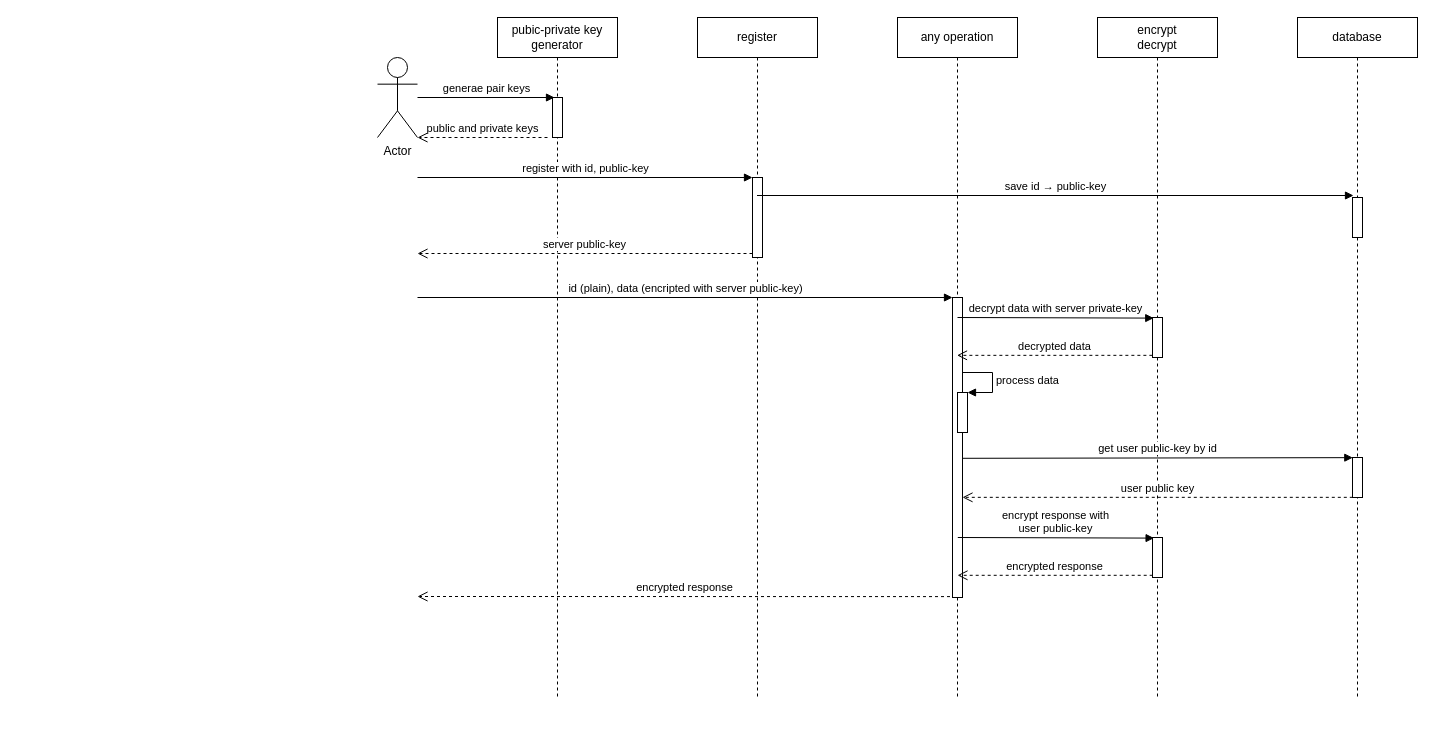
This is sha256.drawio from EnzoDiazDev/diagram, a draw.io file, before an edit. Source tidied: cells renumbered, new cells numbered last; positions are measured from the earlier drawing's top-left corner, leaving out a move shared by most shapes. Both pictures are drawn from the tidied source at 100%, with x=0, y=0 at pixel (377, 17).
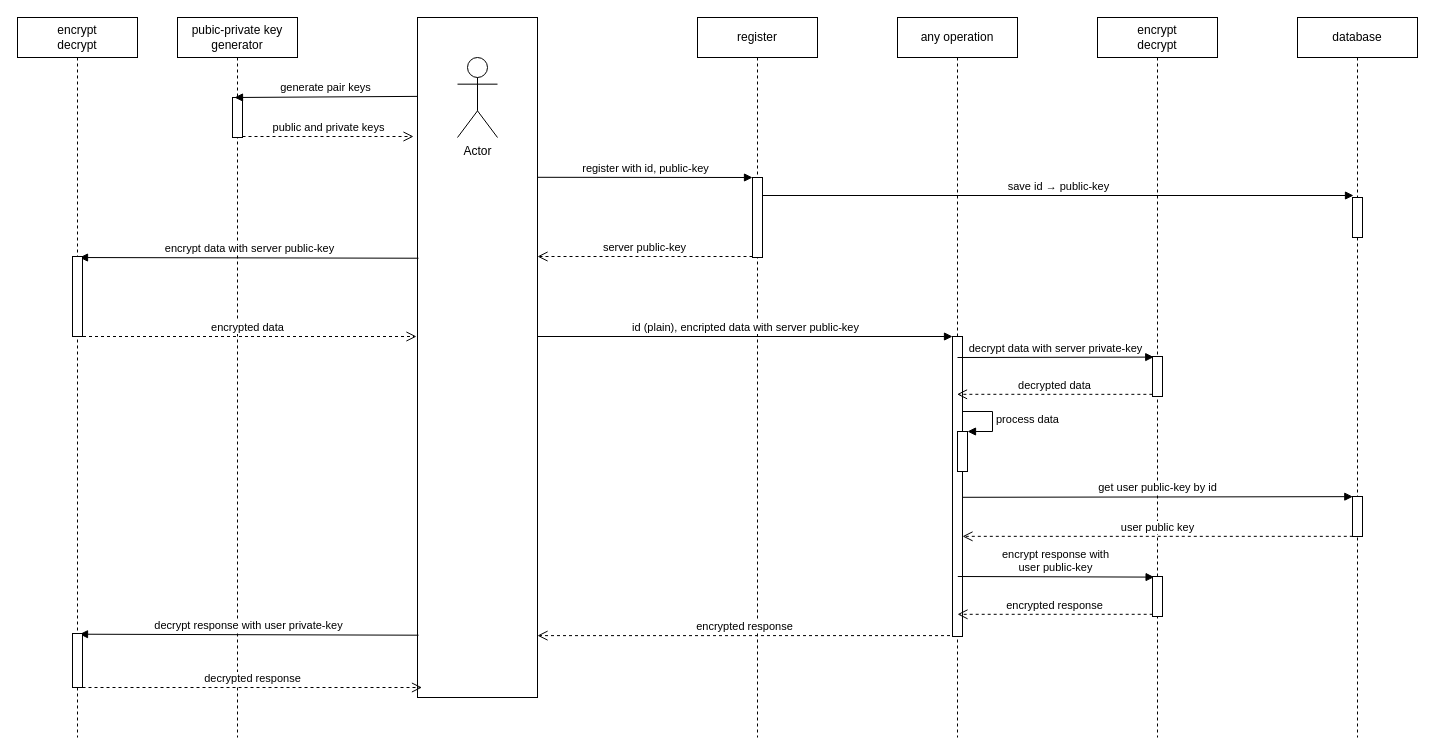
After the change.

Unchanged cells that the change refers to:
```xml
<mxCell id="4" style="html=1;points=[];perimeter=orthogonalPerimeter;" parent="3" vertex="1">
  <mxGeometry x="55" y="80" width="10" height="40" as="geometry" />
</mxCell>
<mxCell id="6" style="html=1;points=[];perimeter=orthogonalPerimeter;" parent="5" vertex="1">
  <mxGeometry x="55" y="160" width="10" height="80" as="geometry" />
</mxCell>
<mxCell id="17" style="html=1;points=[];perimeter=orthogonalPerimeter;" parent="16" vertex="1">
  <mxGeometry x="55" y="180" width="10" height="40" as="geometry" />
</mxCell>
```

Change to the diagram source:
```diff
@@
+    <mxCell id="30" style="rounded=0;whiteSpace=wrap;html=1;" parent="1" vertex="1">
+      <mxGeometry x="40" width="120" height="680" as="geometry" />
+    </mxCell>
     <mxCell id="2" value="Actor" style="shape=umlActor;verticalLabelPosition=bottom;verticalAlign=top;html=1;" parent="1" vertex="1">
-      <mxGeometry y="40" width="40" height="80" as="geometry" />
+      <mxGeometry x="80" y="40" width="40" height="80" as="geometry" />
     </mxCell>
     <mxCell id="3" value="pubic-private key&lt;br&gt;generator" style="shape=umlLifeline;perimeter=lifelinePerimeter;whiteSpace=wrap;html=1;" parent="1" vertex="1">
-      <mxGeometry x="120" width="120" height="680" as="geometry" />
+      <mxGeometry x="-200" width="120" height="720" as="geometry" />
     </mxCell>
@@
     <mxCell id="5" value="register" style="shape=umlLifeline;perimeter=lifelinePerimeter;whiteSpace=wrap;html=1;outlineConnect=0;" parent="1" vertex="1">
-      <mxGeometry x="320" width="120" height="680" as="geometry" />
+      <mxGeometry x="320" width="120" height="720" as="geometry" />
     </mxCell>
@@
-    <mxCell id="7" value="register with id, public-key" style="html=1;verticalAlign=bottom;endArrow=block;entryX=0;entryY=0;" parent="5" edge="1" target="6">
-      <mxGeometry relative="1" as="geometry">
-        <mxPoint x="-280" y="160" as="sourcePoint" />
-      </mxGeometry>
-    </mxCell>
-    <mxCell id="8" value="&lt;div&gt;server public-key&lt;/div&gt;" style="html=1;verticalAlign=bottom;endArrow=open;dashed=1;endSize=8;exitX=0;exitY=0.95;" parent="5" edge="1" source="6">
-      <mxGeometry relative="1" as="geometry">
-        <mxPoint x="-280" y="236" as="targetPoint" />
-      </mxGeometry>
-    </mxCell>
     <mxCell id="9" value="&lt;div&gt;any operation&lt;/div&gt;" style="shape=umlLifeline;perimeter=lifelinePerimeter;whiteSpace=wrap;html=1;outlineConnect=0;" parent="1" vertex="1">
-      <mxGeometry x="520" width="120" height="680" as="geometry" />
+      <mxGeometry x="520" width="120" height="720" as="geometry" />
     </mxCell>
     <mxCell id="10" style="html=1;points=[];perimeter=orthogonalPerimeter;" parent="9" vertex="1">
-      <mxGeometry x="55" y="280" width="10" height="300" as="geometry" />
+      <mxGeometry x="55" y="319" width="10" height="300" as="geometry" />
     </mxCell>
-    <mxCell id="11" value="&lt;div&gt;id (plain), data (encripted with server public-key) &lt;/div&gt;" style="html=1;verticalAlign=bottom;endArrow=block;entryX=0;entryY=0;" parent="9" edge="1" target="10">
-      <mxGeometry relative="1" as="geometry">
-        <mxPoint x="-480" y="280" as="sourcePoint" />
-      </mxGeometry>
-    </mxCell>
-    <mxCell id="12" value="encrypted response" style="html=1;verticalAlign=bottom;endArrow=open;dashed=1;endSize=8;exitX=-0.25;exitY=0.997;exitDx=0;exitDy=0;exitPerimeter=0;" parent="9" edge="1" source="10">
-      <mxGeometry relative="1" as="geometry">
-        <mxPoint x="-480" y="579" as="targetPoint" />
-      </mxGeometry>
-    </mxCell>
     <mxCell id="13" value="decrypt data with server private-key " style="html=1;verticalAlign=bottom;endArrow=block;entryX=0.124;entryY=0.015;entryDx=0;entryDy=0;entryPerimeter=0;" parent="9" edge="1" target="21">
       <mxGeometry relative="1" as="geometry">
-        <mxPoint x="60" y="300" as="sourcePoint" />
+        <mxPoint x="60" y="340" as="sourcePoint" />
       </mxGeometry>
     </mxCell>
     <mxCell id="14" style="html=1;points=[];perimeter=orthogonalPerimeter;" parent="9" vertex="1">
-      <mxGeometry x="60" y="375" width="10" height="40" as="geometry" />
+      <mxGeometry x="60" y="414" width="10" height="40" as="geometry" />
     </mxCell>
     <mxCell id="15" value="process data" style="edgeStyle=orthogonalEdgeStyle;html=1;align=left;spacingLeft=2;endArrow=block;rounded=0;entryX=1;entryY=0;" parent="9" edge="1" target="14">
       <mxGeometry relative="1" as="geometry">
-        <mxPoint x="65" y="355" as="sourcePoint" />
+        <mxPoint x="65" y="394" as="sourcePoint" />
         <Array as="points">
-          <mxPoint x="95" y="355" />
+          <mxPoint x="95" y="394" />
         </Array>
       </mxGeometry>
     </mxCell>
     <mxCell id="16" value="database" style="shape=umlLifeline;perimeter=lifelinePerimeter;whiteSpace=wrap;html=1;" parent="1" vertex="1">
-      <mxGeometry x="920" width="120" height="680" as="geometry" />
+      <mxGeometry x="920" width="120" height="720" as="geometry" />
     </mxCell>
@@
-    <mxCell id="18" value="&lt;div&gt;generae pair keys&lt;/div&gt;" style="html=1;verticalAlign=bottom;endArrow=block;entryX=0.2;entryY=0;entryDx=0;entryDy=0;entryPerimeter=0;" parent="1" edge="1" source="2" target="4">
+    <mxCell id="18" value="&lt;div&gt;generate pair keys&lt;/div&gt;" style="html=1;verticalAlign=bottom;endArrow=block;entryX=0.2;entryY=0;entryDx=0;entryDy=0;entryPerimeter=0;exitX=0;exitY=0.116;exitDx=0;exitDy=0;exitPerimeter=0;" parent="1" edge="1" source="30" target="4">
       <mxGeometry relative="1" as="geometry" />
     </mxCell>
-    <mxCell id="19" value="public and private keys" style="html=1;verticalAlign=bottom;endArrow=open;dashed=1;endSize=8;entryX=1;entryY=1;entryDx=0;entryDy=0;entryPerimeter=0;" parent="1" edge="1" target="2">
-      <mxGeometry relative="1" as="geometry">
-        <mxPoint x="170" y="120" as="sourcePoint" />
-      </mxGeometry>
+    <mxCell id="19" value="public and private keys" style="html=1;verticalAlign=bottom;endArrow=open;dashed=1;endSize=8;entryX=-0.033;entryY=0.175;entryDx=0;entryDy=0;entryPerimeter=0;" parent="1" edge="1" source="4" target="30">
+      <mxGeometry relative="1" as="geometry" />
     </mxCell>
     <mxCell id="20" value="encrypt&lt;br&gt;decrypt" style="shape=umlLifeline;perimeter=lifelinePerimeter;whiteSpace=wrap;html=1;" parent="1" vertex="1">
-      <mxGeometry x="720" width="120" height="680" as="geometry" />
+      <mxGeometry x="720" width="120" height="720" as="geometry" />
     </mxCell>
     <mxCell id="21" style="html=1;points=[];perimeter=orthogonalPerimeter;" parent="20" vertex="1">
-      <mxGeometry x="55" y="300" width="10" height="40" as="geometry" />
+      <mxGeometry x="55" y="339" width="10" height="40" as="geometry" />
     </mxCell>
@@
     <mxCell id="23" style="html=1;points=[];perimeter=orthogonalPerimeter;" parent="1" vertex="1">
-      <mxGeometry x="975" y="440" width="10" height="40" as="geometry" />
+      <mxGeometry x="975" y="479" width="10" height="40" as="geometry" />
     </mxCell>
-    <mxCell id="24" value="decrypted data" style="html=1;verticalAlign=bottom;endArrow=open;dashed=1;endSize=8;exitX=-0.014;exitY=0.946;exitDx=0;exitDy=0;exitPerimeter=0;" parent="1" edge="1" source="21" target="9">
-      <mxGeometry relative="1" as="geometry" />
+    <mxCell id="24" value="decrypted data" style="html=1;verticalAlign=bottom;endArrow=open;dashed=1;endSize=8;exitX=-0.014;exitY=0.946;exitDx=0;exitDy=0;exitPerimeter=0;" parent="1" edge="1" source="21">
+      <mxGeometry relative="1" as="geometry">
+        <mxPoint x="579.5" y="376.8" as="targetPoint" />
+      </mxGeometry>
     </mxCell>
@@
     <mxCell id="26" value="encrypt response with &lt;br&gt;user public-key " style="html=1;verticalAlign=bottom;endArrow=block;entryX=0.124;entryY=0.015;entryDx=0;entryDy=0;entryPerimeter=0;" parent="1" edge="1">
       <mxGeometry relative="1" as="geometry">
-        <mxPoint x="580.3" y="520" as="sourcePoint" />
-        <mxPoint x="776.6" y="520.6" as="targetPoint" />
+        <mxPoint x="580.3" y="559" as="sourcePoint" />
+        <mxPoint x="776.6" y="559.6" as="targetPoint" />
       </mxGeometry>
     </mxCell>
     <mxCell id="27" value="encrypted response" style="html=1;verticalAlign=bottom;endArrow=open;dashed=1;endSize=8;exitX=-0.014;exitY=0.946;exitDx=0;exitDy=0;exitPerimeter=0;" parent="1" edge="1">
       <mxGeometry relative="1" as="geometry">
-        <mxPoint x="775.2" y="557.8" as="sourcePoint" />
-        <mxPoint x="580" y="557.8" as="targetPoint" />
+        <mxPoint x="775.2" y="596.8" as="sourcePoint" />
+        <mxPoint x="580" y="596.8" as="targetPoint" />
       </mxGeometry>
     </mxCell>
     <mxCell id="28" style="html=1;perimeter=orthogonalPerimeter;" parent="1" vertex="1">
-      <mxGeometry x="775" y="520" width="10" height="40" as="geometry" />
+      <mxGeometry x="775" y="559" width="10" height="40" as="geometry" />
     </mxCell>
-    <mxCell id="29" value="save id → public-key" style="html=1;verticalAlign=bottom;endArrow=block;entryX=0.1;entryY=-0.05;entryDx=0;entryDy=0;entryPerimeter=0;" parent="1" edge="1" source="5" target="17">
+    <mxCell id="29" value="save id → public-key" style="html=1;verticalAlign=bottom;endArrow=block;entryX=0.1;entryY=-0.05;entryDx=0;entryDy=0;entryPerimeter=0;exitX=1;exitY=0.225;exitDx=0;exitDy=0;exitPerimeter=0;" parent="1" edge="1" source="6" target="17">
       <mxGeometry relative="1" as="geometry" />
     </mxCell>
+    <mxCell id="11" value="&lt;div&gt;id (plain), encripted data with server public-key &lt;/div&gt;" style="html=1;verticalAlign=bottom;endArrow=block;entryX=0;entryY=0;" parent="1" edge="1" target="10">
+      <mxGeometry relative="1" as="geometry">
+        <mxPoint x="160" y="319" as="sourcePoint" />
+      </mxGeometry>
+    </mxCell>
+    <mxCell id="8" value="&lt;div&gt;server public-key&lt;/div&gt;" style="html=1;verticalAlign=bottom;endArrow=open;dashed=1;endSize=8;exitX=0;exitY=0.95;" parent="1" edge="1">
+      <mxGeometry relative="1" as="geometry">
+        <mxPoint x="375" y="239" as="sourcePoint" />
+        <mxPoint x="160" y="239" as="targetPoint" />
+      </mxGeometry>
+    </mxCell>
+    <mxCell id="7" value="register with id, public-key" style="html=1;verticalAlign=bottom;endArrow=block;entryX=0;entryY=0;exitX=1;exitY=0.235;exitDx=0;exitDy=0;exitPerimeter=0;" parent="1" edge="1" source="30" target="6">
+      <mxGeometry relative="1" as="geometry" />
+    </mxCell>
+    <mxCell id="12" value="encrypted response" style="html=1;verticalAlign=bottom;endArrow=open;dashed=1;endSize=8;exitX=-0.25;exitY=0.997;exitDx=0;exitDy=0;exitPerimeter=0;entryX=1;entryY=0.909;entryDx=0;entryDy=0;entryPerimeter=0;" parent="1" edge="1" source="10" target="30">
+      <mxGeometry relative="1" as="geometry" />
+    </mxCell>
+    <mxCell id="31" value="encrypt data with server public-key" style="html=1;verticalAlign=bottom;endArrow=block;entryX=0.7;entryY=0.013;entryDx=0;entryDy=0;entryPerimeter=0;exitX=0.008;exitY=0.354;exitDx=0;exitDy=0;exitPerimeter=0;" parent="1" edge="1" source="30" target="34">
+      <mxGeometry relative="1" as="geometry" />
+    </mxCell>
+    <mxCell id="32" value="encrypted data" style="html=1;verticalAlign=bottom;endArrow=open;dashed=1;endSize=8;" parent="1" edge="1" source="33">
+      <mxGeometry relative="1" as="geometry">
+        <mxPoint x="39" y="319" as="targetPoint" />
+      </mxGeometry>
+    </mxCell>
+    <mxCell id="33" value="encrypt&lt;br&gt;decrypt" style="shape=umlLifeline;perimeter=lifelinePerimeter;whiteSpace=wrap;html=1;outlineConnect=0;" parent="1" vertex="1">
+      <mxGeometry x="-360" width="120" height="720" as="geometry" />
+    </mxCell>
+    <mxCell id="34" style="html=1;points=[];perimeter=orthogonalPerimeter;" parent="33" vertex="1">
+      <mxGeometry x="55" y="239" width="10" height="80" as="geometry" />
+    </mxCell>
+    <mxCell id="35" value="decrypt response with user private-key" style="html=1;verticalAlign=bottom;endArrow=block;entryX=0.7;entryY=0.013;entryDx=0;entryDy=0;entryPerimeter=0;exitX=0.008;exitY=0.354;exitDx=0;exitDy=0;exitPerimeter=0;" parent="1" edge="1" target="37">
+      <mxGeometry relative="1" as="geometry">
+        <mxPoint x="41" y="617.7" as="sourcePoint" />
+      </mxGeometry>
+    </mxCell>
+    <mxCell id="36" value="decrypted response" style="html=1;verticalAlign=bottom;endArrow=open;dashed=1;endSize=8;" parent="1" edge="1">
+      <mxGeometry relative="1" as="geometry">
+        <mxPoint x="-295" y="670" as="sourcePoint" />
+        <mxPoint x="44.5" y="670" as="targetPoint" />
+      </mxGeometry>
+    </mxCell>
+    <mxCell id="37" style="html=1;points=[];perimeter=orthogonalPerimeter;" parent="1" vertex="1">
+      <mxGeometry x="-305" y="616" width="10" height="54" as="geometry" />
+    </mxCell>
```
